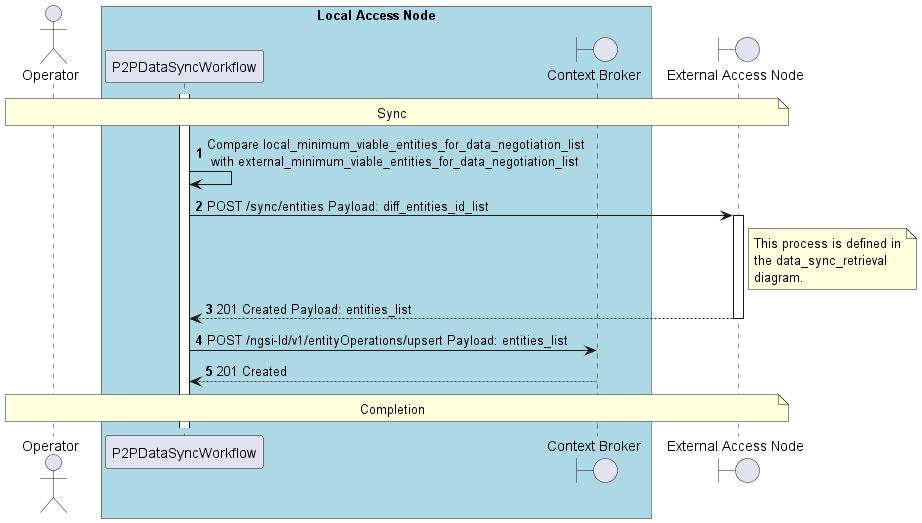
Above: desmos-tech-doc/images/use-case-data-synchronization-3-sync.png in in2workspace/in2-guides (PlantUML), before the change. Source of this version:
```plantuml
@startuml

autonumber
skinparam BoxPadding 10


actor "Operator" as operator

box "Local Access Node" #LightBlue
    participant "P2PDataSyncWorkflow" as p2p_data_sync_workflow
    boundary "Context Broker" as context_broker
end box

boundary "External Access Node" as external_access_node


activate p2p_data_sync_workflow

note over operator, external_access_node
    Sync
end note

p2p_data_sync_workflow -> p2p_data_sync_workflow: Compare local_minimum_viable_entities_for_data_negotiation_list\n with external_minimum_viable_entities_for_data_negotiation_list
p2p_data_sync_workflow -> external_access_node++: POST /sync/entities Payload: diff_entities_id_list
    note right of external_access_node
        This process is defined in
        the data_sync_retrieval
        diagram.
    end note
return 201 Created Payload: entities_list

p2p_data_sync_workflow -> context_broker: POST /ngsi-ld/v1/entityOperations/upsert Payload: entities_list
return 201 Created

note over operator, external_access_node
    Completion
end note



@enduml
```
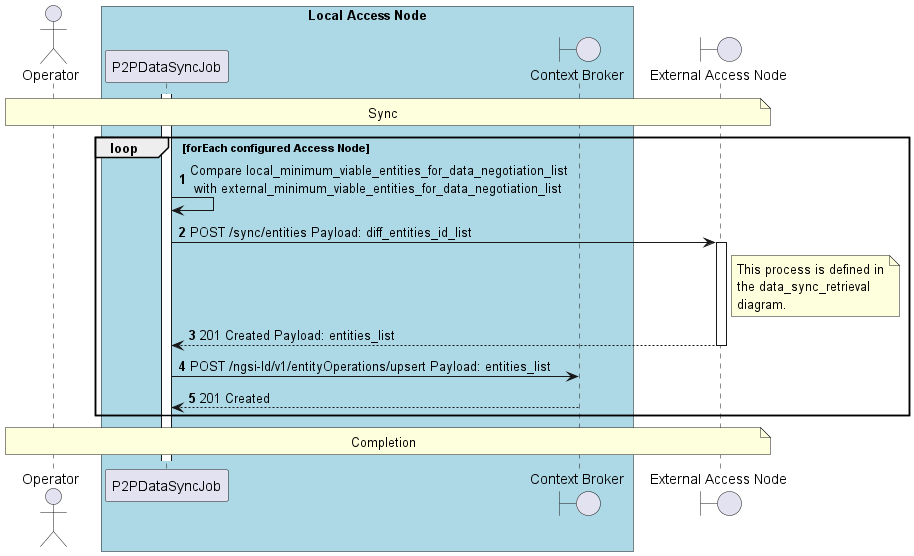
Later version of the same file.

Commit message:
fix(data-syncronization): update diagram images

Change to the diagram source:
```diff
@@ -7,30 +7,33 @@
 actor "Operator" as operator
 
 box "Local Access Node" #LightBlue
-    participant "P2PDataSyncWorkflow" as p2p_data_sync_workflow
+    participant "P2PDataSyncJob" as p2p_data_sync_job
     boundary "Context Broker" as context_broker
 end box
 
 boundary "External Access Node" as external_access_node
 
 
-activate p2p_data_sync_workflow
+activate p2p_data_sync_job
 
 note over operator, external_access_node
     Sync
 end note
 
-p2p_data_sync_workflow -> p2p_data_sync_workflow: Compare local_minimum_viable_entities_for_data_negotiation_list\n with external_minimum_viable_entities_for_data_negotiation_list
-p2p_data_sync_workflow -> external_access_node++: POST /sync/entities Payload: diff_entities_id_list
-    note right of external_access_node
-        This process is defined in
-        the data_sync_retrieval
-        diagram.
-    end note
-return 201 Created Payload: entities_list
 
-p2p_data_sync_workflow -> context_broker: POST /ngsi-ld/v1/entityOperations/upsert Payload: entities_list
-return 201 Created
+
+loop forEach configured Access Node
+    p2p_data_sync_job -> p2p_data_sync_job: Compare local_minimum_viable_entities_for_data_negotiation_list\n with external_minimum_viable_entities_for_data_negotiation_list
+    p2p_data_sync_job -> external_access_node++: POST /sync/entities Payload: diff_entities_id_list
+        note right of external_access_node
+            This process is defined in
+            the data_sync_retrieval
+            diagram.
+        end note
+    return 201 Created Payload: entities_list
+    p2p_data_sync_job -> context_broker: POST /ngsi-ld/v1/entityOperations/upsert Payload: entities_list
+    return 201 Created
+end
 
 note over operator, external_access_node
     Completion
```
